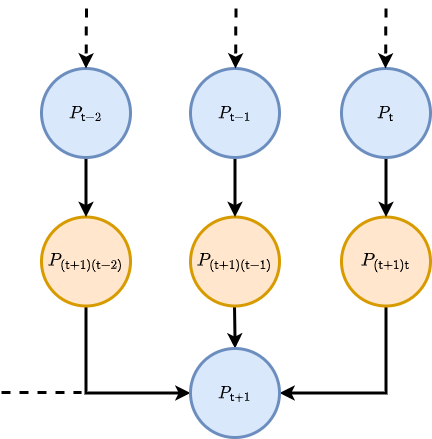
The draw.io diagram images/master-eq-graph.drawio.png in umbralcalc/worlds-of-observation, before a commit. Source tidied: cells renumbered, new cells last; positions are measured from the earlier drawing's top-left corner, leaving out a move shared by most shapes.
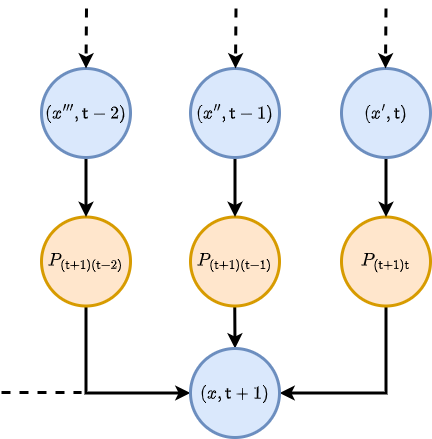
The same file after the commit.

Diff of the diagram source:
```diff
@@ -36,25 +36,25 @@
     <mxCell id="8" value="&lt;font style=&quot;font-size: 15px;&quot;&gt;$$P_{({\sf t}+1){\sf t}}$$&lt;/font&gt;" style="ellipse;whiteSpace=wrap;html=1;fillColor=#ffe6cc;strokeColor=#d79b00;strokeWidth=3;" parent="1" vertex="1">
       <mxGeometry x="340" y="208.5" width="89" height="89" as="geometry" />
     </mxCell>
-    <mxCell id="9" value="&lt;font style=&quot;font-size: 15px;&quot;&gt;$$P_{{\sf t}+1}$$&lt;/font&gt;" style="ellipse;whiteSpace=wrap;html=1;fillColor=#dae8fc;strokeColor=#6c8ebf;strokeWidth=3;" parent="1" vertex="1">
+    <mxCell id="9" value="&lt;font style=&quot;font-size: 15px;&quot;&gt;$$(x, {{\sf t}+1})$$&lt;/font&gt;" style="ellipse;whiteSpace=wrap;html=1;fillColor=#dae8fc;strokeColor=#6c8ebf;strokeWidth=3;" parent="1" vertex="1">
       <mxGeometry x="189" y="340" width="89" height="89" as="geometry" />
     </mxCell>
     <mxCell id="10" style="edgeStyle=orthogonalEdgeStyle;rounded=0;jettySize=auto;html=1;entryX=0.5;entryY=0;entryDx=0;entryDy=0;strokeWidth=3;fontSize=15;" parent="1" edge="1" source="11" target="8">
       <mxGeometry relative="1" as="geometry" />
     </mxCell>
-    <mxCell id="11" value="&lt;font style=&quot;font-size: 15px;&quot;&gt;$$P_{{\sf t}}$$&lt;/font&gt;" style="ellipse;whiteSpace=wrap;html=1;fillColor=#dae8fc;strokeColor=#6c8ebf;strokeWidth=3;" parent="1" vertex="1">
+    <mxCell id="11" value="&lt;font style=&quot;font-size: 15px;&quot;&gt;$$(x', {{\sf t}})$$&lt;/font&gt;" style="ellipse;whiteSpace=wrap;html=1;fillColor=#dae8fc;strokeColor=#6c8ebf;strokeWidth=3;" parent="1" vertex="1">
       <mxGeometry x="340" y="60" width="89" height="89" as="geometry" />
     </mxCell>
     <mxCell id="12" style="edgeStyle=orthogonalEdgeStyle;rounded=0;jettySize=auto;html=1;strokeWidth=3;fontSize=15;" parent="1" edge="1" source="13" target="7">
       <mxGeometry relative="1" as="geometry" />
     </mxCell>
-    <mxCell id="13" value="&lt;font style=&quot;font-size: 15px;&quot;&gt;$$P_{{\sf t}-1}$$&lt;/font&gt;" style="ellipse;whiteSpace=wrap;html=1;fillColor=#dae8fc;strokeColor=#6c8ebf;strokeWidth=3;" parent="1" vertex="1">
+    <mxCell id="13" value="&lt;font style=&quot;font-size: 15px;&quot;&gt;$$(x'', {{\sf t}-1})$$&lt;/font&gt;" style="ellipse;whiteSpace=wrap;html=1;fillColor=#dae8fc;strokeColor=#6c8ebf;strokeWidth=3;" parent="1" vertex="1">
       <mxGeometry x="189" y="60" width="89" height="89" as="geometry" />
     </mxCell>
     <mxCell id="14" style="edgeStyle=orthogonalEdgeStyle;rounded=0;jettySize=auto;html=1;entryX=0.5;entryY=0;entryDx=0;entryDy=0;strokeWidth=3;fontSize=15;" parent="1" edge="1" source="15" target="3">
       <mxGeometry relative="1" as="geometry" />
     </mxCell>
-    <mxCell id="15" value="&lt;font style=&quot;font-size: 15px;&quot;&gt;$$P_{{\sf t}-2}$$&lt;/font&gt;" style="ellipse;whiteSpace=wrap;html=1;fillColor=#dae8fc;strokeColor=#6c8ebf;strokeWidth=3;" parent="1" vertex="1">
+    <mxCell id="15" value="&lt;font style=&quot;font-size: 15px;&quot;&gt;$$(x''', {{\sf t}-2})$$&lt;/font&gt;" style="ellipse;whiteSpace=wrap;html=1;fillColor=#dae8fc;strokeColor=#6c8ebf;strokeWidth=3;" parent="1" vertex="1">
       <mxGeometry x="40" y="60" width="89" height="89" as="geometry" />
     </mxCell>
     <mxCell id="16" style="endArrow=classic;html=1;rounded=0;strokeWidth=3;fontSize=15;dashed=1;entryX=0.5;entryY=0;entryDx=0;entryDy=0;" parent="1" edge="1" target="15">
```
